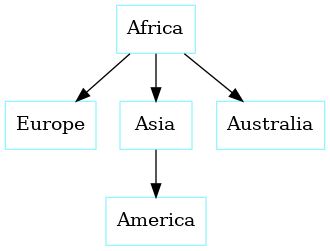
This is graphs/Migratory_Lineage.png from julianfl0w/Deism, a Graphviz export, as it was before one commit. Its source is kept beside it as graphs/Migratory_Lineage.dot.
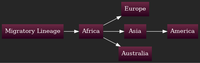
The same diagram one commit later.

What changed in the source:
```diff
@@ -1,11 +1,19 @@
 digraph D {
-"Africa" [shape=box, color = cadetblue1]
-"Europe" [shape=box, color = cadetblue1]
-"Africa" -> "Europe" [penwidth=1]
-"Asia" [shape=box, color = cadetblue1]
-"America" [shape=box, color = cadetblue1]
-"Asia" -> "America" [penwidth=1]
-"Africa" -> "Asia" [penwidth=1]
-"Australia" [shape=box, color = cadetblue1]
-"Africa" -> "Australia" [penwidth=1]
+rankdir = LR
+style = filled
+color = lightgrey
+bgcolor = "#262626"
+fillcolor = "darkgray:gold"
+gradientangle = 0
+"Migratory Lineage" [shape=box, color="#262626", fontcolor=white, fillcolor="#6C2944:#29001C", style=filled, gradientangle=270.05]
+"Africa" [shape=box, color="#262626", fontcolor=white, fillcolor="#6C2944:#29001C", style=filled, gradientangle=270.05]
+"Migratory Lineage" -> "Africa" [color=white, penwidth=1]
+"Europe" [shape=box, color="#262626", fontcolor=white, fillcolor="#6C2944:#29001C", style=filled, gradientangle=270.05]
+"Africa" -> "Europe" [color=white, penwidth=1]
+"Asia" [shape=box, color="#262626", fontcolor=white, fillcolor="#6C2944:#29001C", style=filled, gradientangle=270.05]
+"Africa" -> "Asia" [color=white, penwidth=1]
+"America" [shape=box, color="#262626", fontcolor=white, fillcolor="#6C2944:#29001C", style=filled, gradientangle=270.05]
+"Asia" -> "America" [color=white, penwidth=1]
+"Australia" [shape=box, color="#262626", fontcolor=white, fillcolor="#6C2944:#29001C", style=filled, gradientangle=270.05]
+"Africa" -> "Australia" [color=white, penwidth=1]
 }
```
